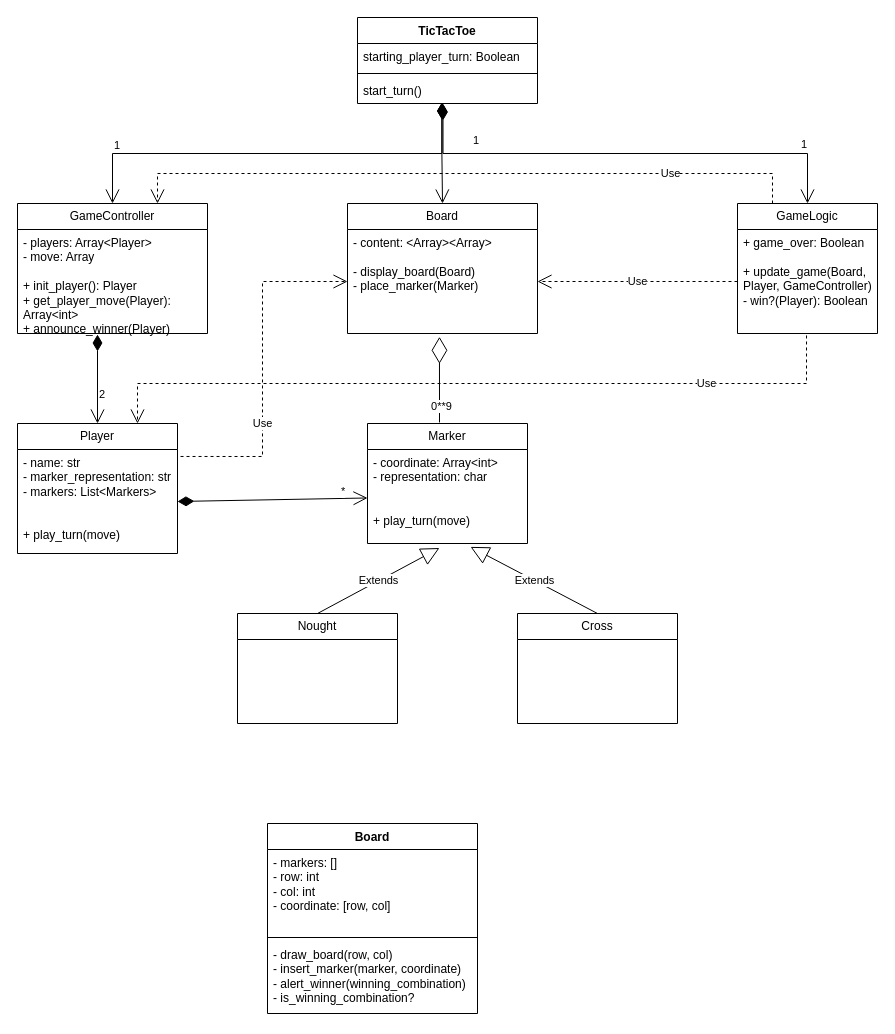
ZephyRemix/tic-tac-toe keeps this draw.io diagram as tic tac toe.drawio. Above is the earlier version. Source tidied: cells renumbered, new cells numbered last; positions are measured from the earlier drawing's top-left corner, leaving out a move shared by most shapes. Both pictures are drawn from the tidied source at 100%, with x=0, y=0 at pixel (17, 17).
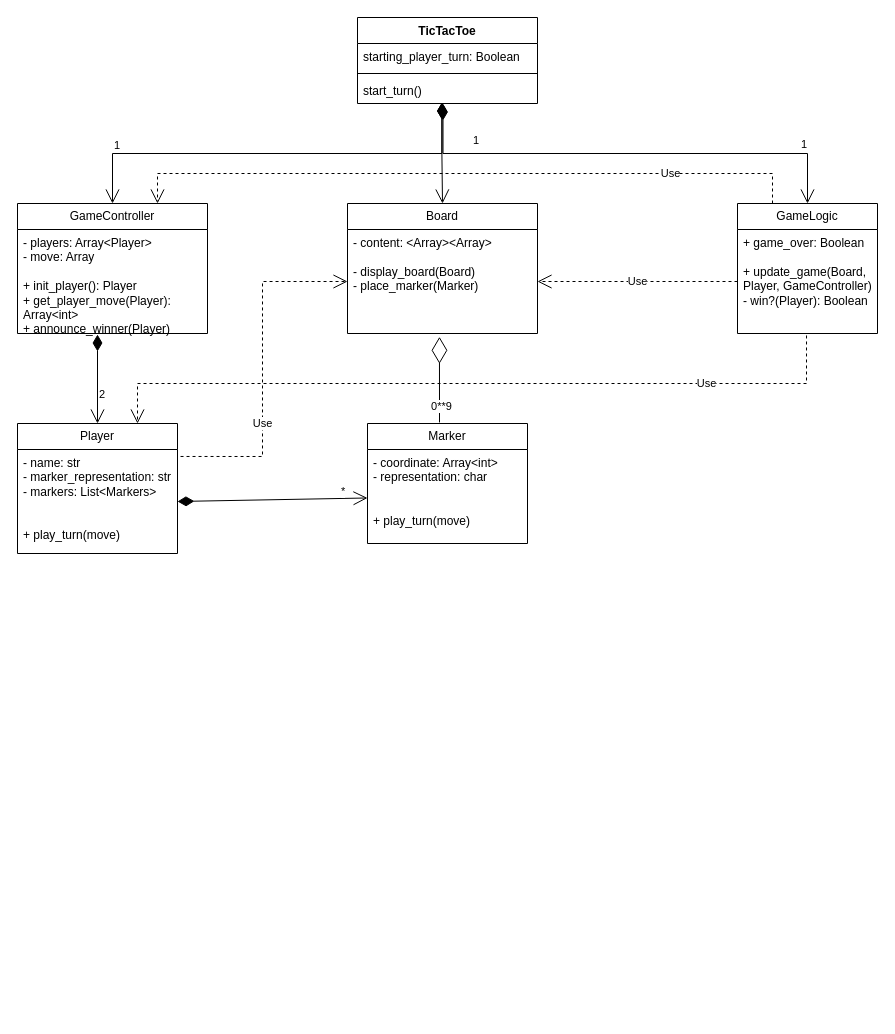
The same diagram, later.

Commit message:
Remove Nought and Cross subclass

The change refers to these unchanged cells:
```xml
<mxCell id="22" value="&lt;div&gt;- coordinate: Array&amp;lt;int&amp;gt;&lt;/div&gt;&lt;div&gt;- representation: char&lt;/div&gt;&lt;div&gt;&lt;br&gt;&lt;/div&gt;&lt;div&gt;&lt;br&gt;&lt;/div&gt;&lt;div&gt;+ play_turn(move)&lt;/div&gt;" style="text;strokeColor=none;fillColor=none;align=left;verticalAlign=top;spacingLeft=4;spacingRight=4;overflow=hidden;points=[[0,0.5],[1,0.5]];portConstraint=eastwest;whiteSpace=wrap;html=1;" parent="21" vertex="1">
  <mxGeometry y="26" width="160" height="94" as="geometry" />
</mxCell>
```

Change to the diagram source:
```diff
@@
-    <mxCell id="5" value="Board" style="swimlane;fontStyle=1;align=center;verticalAlign=top;horizontal=1;startSize=26;whiteSpace=wrap;html=1;" parent="1" vertex="1">
-      <mxGeometry x="250" y="806" width="210" height="190" as="geometry" />
-    </mxCell>
-    <mxCell id="6" value="- markers: []&lt;div&gt;- row: int&lt;/div&gt;&lt;div&gt;- col: int&lt;/div&gt;&lt;div&gt;- coordinate: [row, col]&lt;/div&gt;" style="text;strokeColor=none;fillColor=none;align=left;verticalAlign=top;spacingLeft=4;spacingRight=4;overflow=hidden;whiteSpace=wrap;html=1;" parent="5" vertex="1">
-      <mxGeometry y="26" width="210" height="84" as="geometry" />
-    </mxCell>
-    <mxCell id="7" style="line;strokeWidth=1;fillColor=none;align=left;verticalAlign=middle;spacingTop=-1;spacingLeft=3;spacingRight=3;labelPosition=right;strokeColor=inherit;" parent="5" vertex="1">
-      <mxGeometry y="110" width="210" height="8" as="geometry" />
-    </mxCell>
-    <mxCell id="8" value="- draw_board(row, col)&lt;div&gt;- insert_marker(marker, coordinate)&lt;br&gt;&lt;div&gt;- alert_winner(winning_combination)&lt;/div&gt;&lt;div&gt;- is_winning_combination?&lt;/div&gt;&lt;div&gt;&lt;br&gt;&lt;/div&gt;&lt;div&gt;&lt;br&gt;&lt;/div&gt;&lt;/div&gt;" style="text;strokeColor=none;fillColor=none;align=left;verticalAlign=top;spacingLeft=4;spacingRight=4;overflow=hidden;whiteSpace=wrap;html=1;" parent="5" vertex="1">
-      <mxGeometry y="118" width="210" height="72" as="geometry" />
-    </mxCell>
@@
-    <mxCell id="25" value="Nought" style="swimlane;fontStyle=0;horizontal=1;startSize=26;fillColor=none;whiteSpace=wrap;html=1;" parent="1" vertex="1">
-      <mxGeometry x="220" y="596" width="160" height="110" as="geometry" />
-    </mxCell>
-    <mxCell id="26" value="Cross" style="swimlane;fontStyle=0;horizontal=1;startSize=26;fillColor=none;whiteSpace=wrap;html=1;" parent="1" vertex="1">
-      <mxGeometry x="500" y="596" width="160" height="110" as="geometry" />
-    </mxCell>
-    <mxCell id="27" value="Extends" style="endArrow=block;endSize=16;endFill=0;html=1;rounded=0;exitX=0.5;exitY=0;exitDx=0;exitDy=0;entryX=0.45;entryY=1.048;entryDx=0;entryDy=0;entryPerimeter=0;" parent="1" edge="1" source="25" target="22">
-      <mxGeometry x="-0.01" relative="1" as="geometry" />
-    </mxCell>
-    <mxCell id="28" value="Extends" style="endArrow=block;endSize=16;endFill=0;html=1;rounded=0;exitX=0.5;exitY=0;exitDx=0;exitDy=0;entryX=0.644;entryY=1.036;entryDx=0;entryDy=0;entryPerimeter=0;" parent="1" edge="1" source="26" target="22">
-      <mxGeometry x="-0.01" relative="1" as="geometry" />
-    </mxCell>
```
